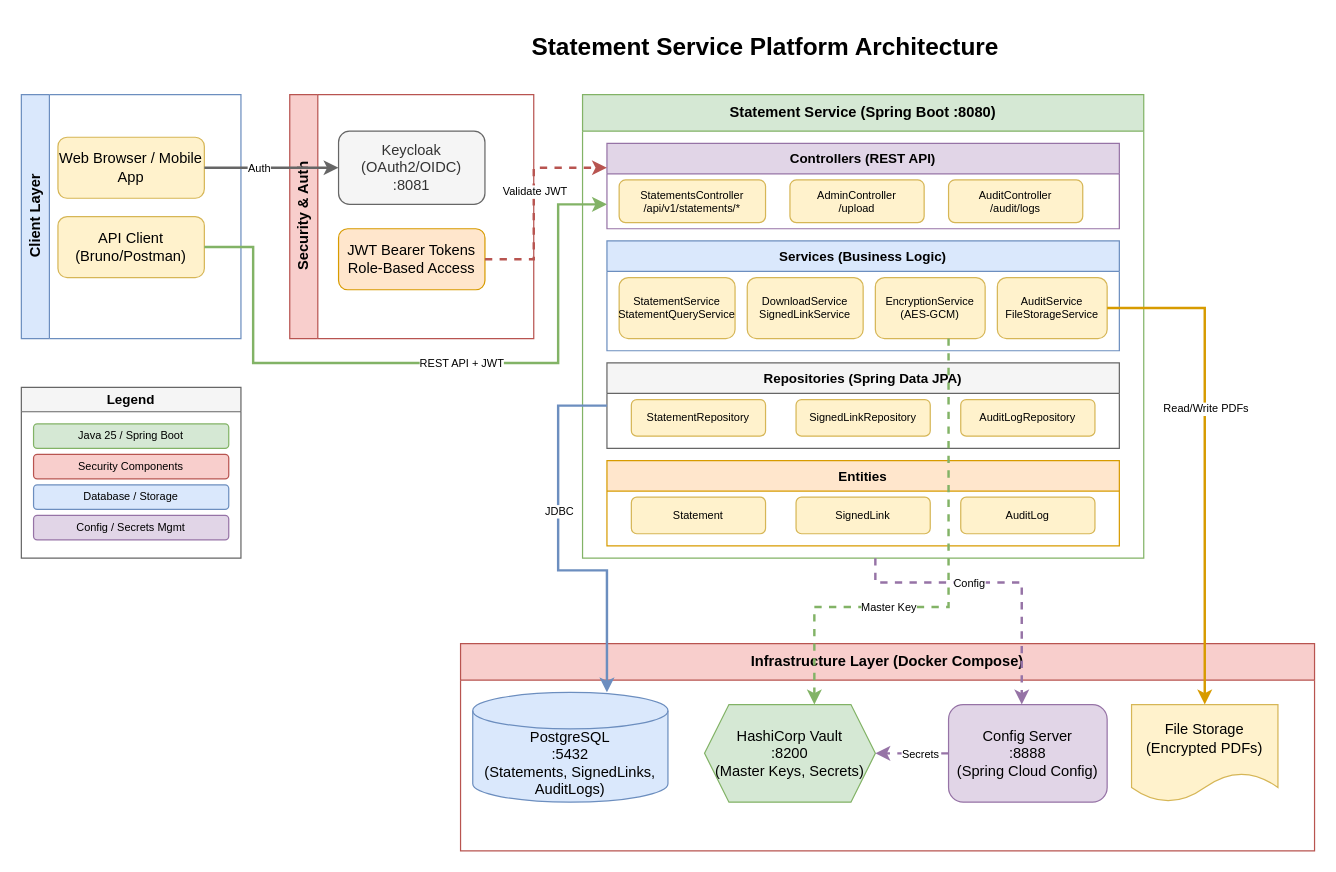
Earlier version of the draw.io diagram docs/HighLevelArchitectureDiagram.drawio (RichDev76/statement-service-platform). Source tidied: cells renumbered, new cells numbered last; positions are measured from the earlier drawing's top-left corner, leaving out a move shared by most shapes. Both pictures are drawn from the tidied source at 122%, with x=0, y=0 at pixel (21, 21).
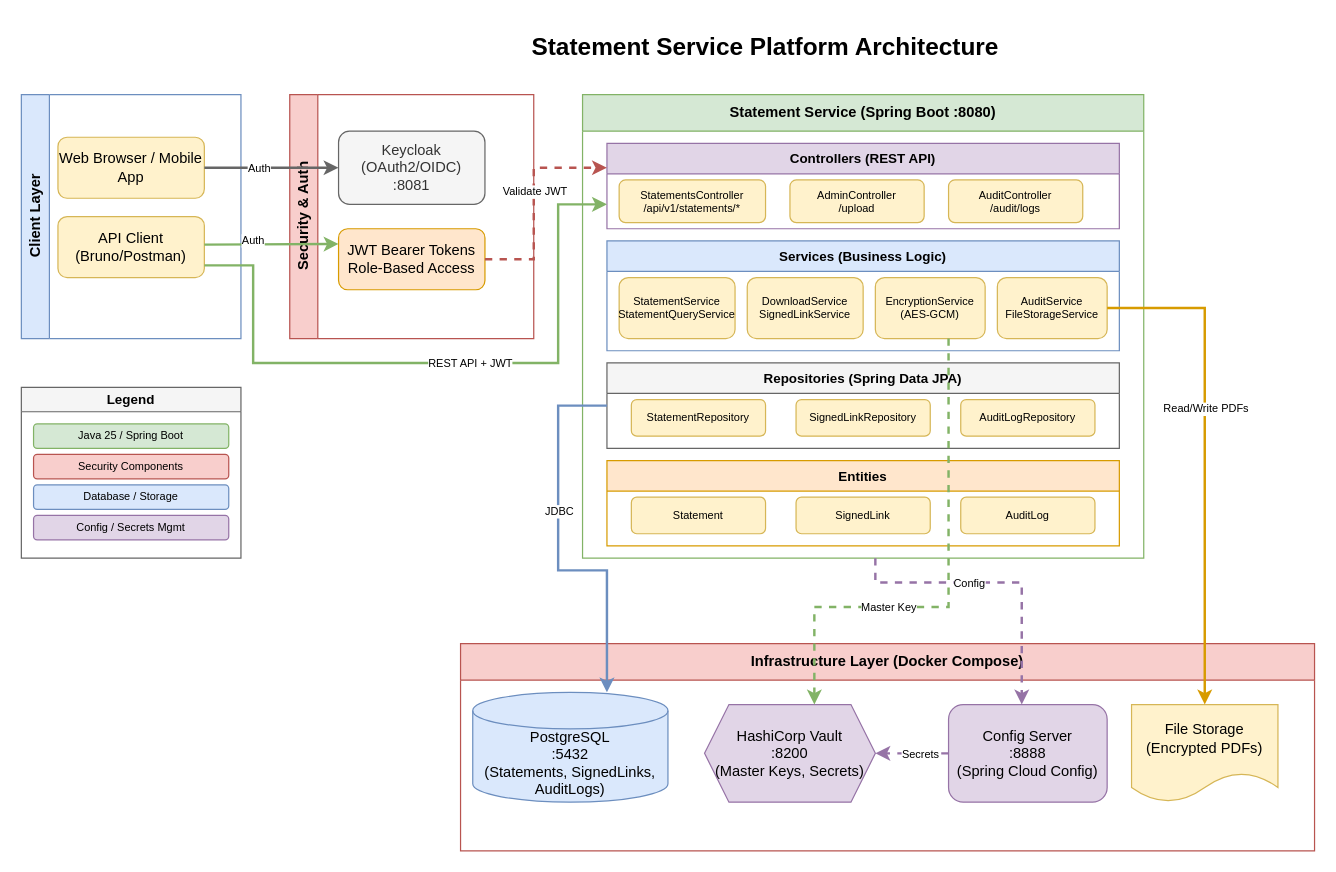
The same diagram, later.

The change refers to these unchanged cells:
```xml
<mxCell id="5" value="API Client (Bruno/Postman)" style="rounded=1;whiteSpace=wrap;html=1;fillColor=#fff2cc;strokeColor=#d6b656;" parent="3" vertex="1">
  <mxGeometry x="30" y="100" width="120" height="50" as="geometry" />
</mxCell>
<mxCell id="8" value="JWT Bearer Tokens&#10;Role-Based Access" style="rounded=1;whiteSpace=wrap;html=1;fillColor=#ffe6cc;strokeColor=#d79b00;" parent="6" vertex="1">
  <mxGeometry x="40" y="110" width="120" height="50" as="geometry" />
</mxCell>
<mxCell id="10" value="Controllers (REST API)" style="swimlane;whiteSpace=wrap;html=1;fillColor=#e1d5e7;strokeColor=#9673a6;fontSize=11;startSize=25;" parent="9" vertex="1">
  <mxGeometry x="20" y="40" width="420" height="70" as="geometry" />
</mxCell>
<mxCell id="27" value="Infrastructure Layer (Docker Compose)" style="swimlane;whiteSpace=wrap;html=1;fillColor=#f8cecc;strokeColor=#b85450;fontSize=12;fontStyle=1;startSize=30;" parent="1" vertex="1">
  <mxGeometry x="360" y="510" width="700" height="170" as="geometry" />
</mxCell>
```

What changed in the source:
```diff
@@
-    <mxCell id="29" value="HashiCorp Vault&#10;:8200&#10;(Master Keys, Secrets)" style="shape=hexagon;perimeter=hexagonPerimeter2;whiteSpace=wrap;html=1;fixedSize=1;fillColor=#d5e8d4;strokeColor=#82b366;" parent="27" vertex="1">
+    <mxCell id="29" value="HashiCorp Vault&#10;:8200&#10;(Master Keys, Secrets)" style="shape=hexagon;perimeter=hexagonPerimeter2;whiteSpace=wrap;html=1;fixedSize=1;fillColor=#e1d5e7;strokeColor=#9673a6;" parent="27" vertex="1">
       <mxGeometry x="200" y="50" width="140" height="80" as="geometry" />
     </mxCell>
@@
     <mxCell id="34" style="edgeStyle=orthogonalEdgeStyle;rounded=0;jettySize=auto;html=1;strokeColor=#82b366;strokeWidth=2;" parent="1" edge="1" source="5" target="10">
       <mxGeometry relative="1" as="geometry">
         <Array as="points">
-          <mxPoint x="190" y="185" />
+          <mxPoint x="190" y="200" />
           <mxPoint x="190" y="280" />
           <mxPoint x="440" y="280" />
           <mxPoint x="440" y="150" />
         </Array>
       </mxGeometry>
     </mxCell>
@@
+    <mxCell id="53" style="edgeStyle=orthogonalEdgeStyle;rounded=0;jettySize=auto;html=1;strokeColor=#82b366;strokeWidth=2;entryX=0;entryY=0.25;entryDx=0;entryDy=0;" parent="1" edge="1" target="8">
+      <mxGeometry relative="1" as="geometry">
+        <mxPoint x="150" y="183" as="sourcePoint" />
+        <Array as="points">
+          <mxPoint x="150" y="183" />
+          <mxPoint x="206" y="183" />
+        </Array>
+      </mxGeometry>
+    </mxCell>
+    <mxCell id="54" value="Auth" style="edgeLabel;html=1;align=center;verticalAlign=middle;fontSize=9;" parent="53" vertex="1">
+      <mxGeometry x="0.1" relative="1" as="geometry">
+        <mxPoint x="-21" y="-3" as="offset" />
+      </mxGeometry>
+    </mxCell>
```
